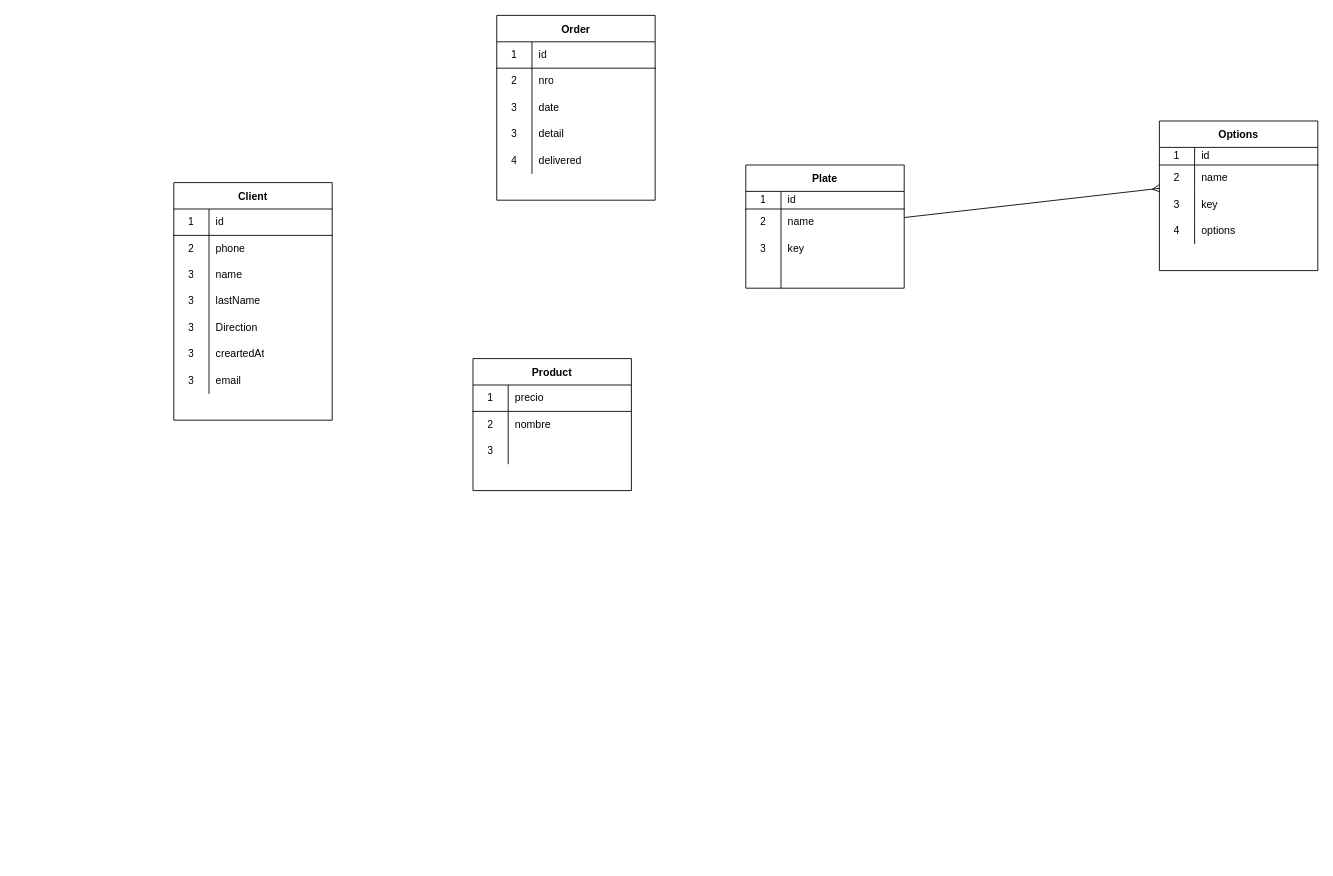
Above: resources/bd.drawio in leobar37/smart-food (draw.io), before the change. Source tidied: cells renumbered, new cells numbered last; positions are measured from the earlier drawing's top-left corner, leaving out a move shared by most shapes. Both pictures are drawn from the tidied source at 88%, with x=0, y=0 at pixel (173, 15).
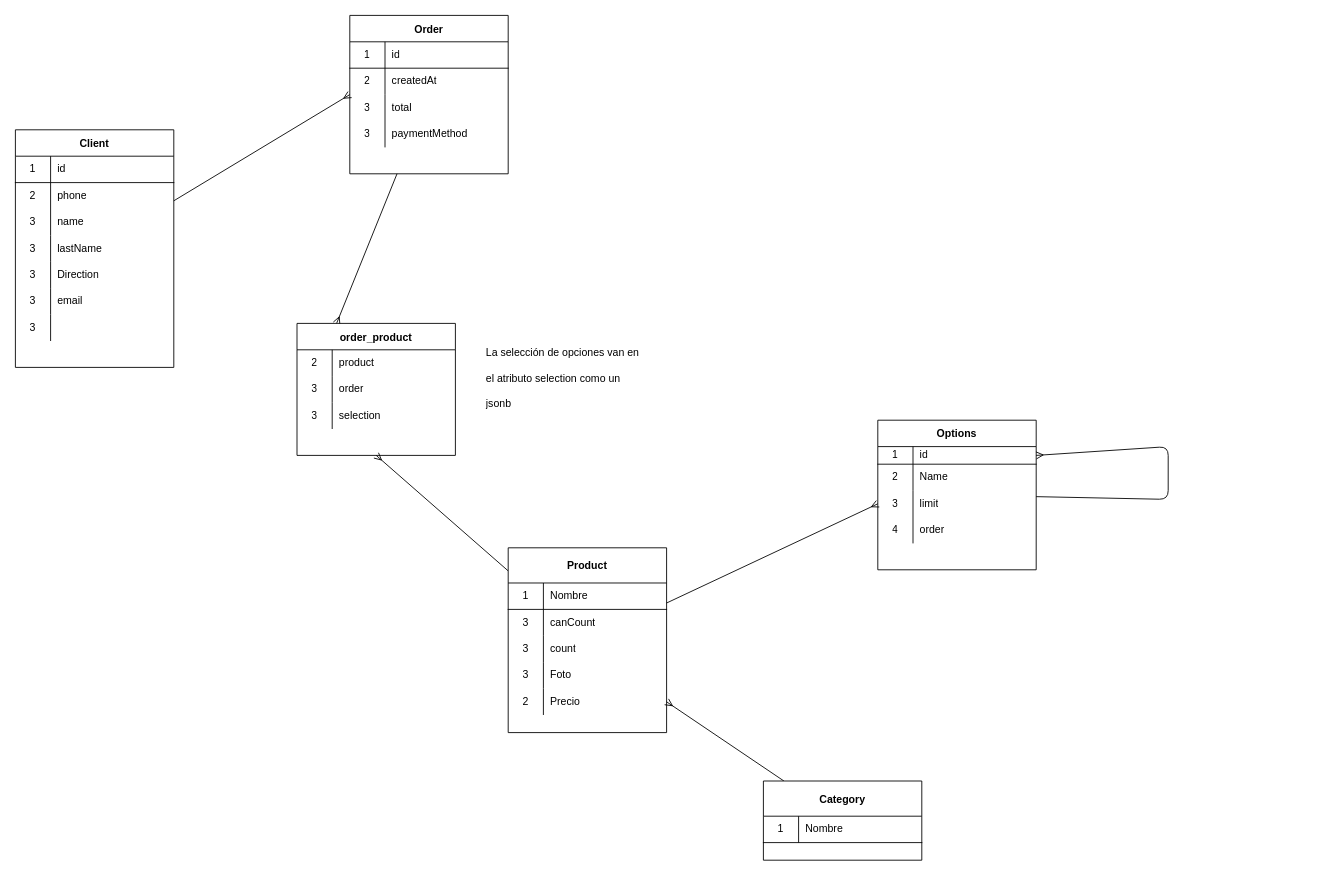
The same diagram, later.

The change refers to these unchanged cells:
```xml
<mxCell id="6" style="shape=partialRectangle;html=1;whiteSpace=wrap;fillColor=none;top=0;left=0;bottom=0;right=0;" parent="2" vertex="1">
  <mxGeometry y="60" width="180" height="30" as="geometry" />
</mxCell>
<mxCell id="19" style="shape=partialRectangle;html=1;whiteSpace=wrap;fillColor=none;top=0;left=0;bottom=1;right=0;points=[[0,0.5],[1,0.5]];portConstraint=eastwest;" parent="18" vertex="1">
  <mxGeometry y="30" width="180" height="20" as="geometry" />
</mxCell>
<mxCell id="22" style="shape=partialRectangle;html=1;whiteSpace=wrap;fillColor=none;top=0;left=0;bottom=0;right=0;" parent="18" vertex="1">
  <mxGeometry y="50" width="180" height="30" as="geometry" />
</mxCell>
<mxCell id="25" style="shape=partialRectangle;html=1;whiteSpace=wrap;fillColor=none;top=0;left=0;bottom=0;right=0;points=[[0,0.5],[1,0.5]];portConstraint=eastwest;" parent="18" vertex="1">
  <mxGeometry y="80" width="180" height="30" as="geometry" />
</mxCell>
<mxCell id="28" style="shape=partialRectangle;html=1;whiteSpace=wrap;fillColor=none;top=0;left=0;bottom=0;right=0;" parent="18" vertex="1">
  <mxGeometry y="110" width="180" height="30" as="geometry" />
</mxCell>
```

Change to the diagram source:
```diff
@@
+    <mxCell id="77" style="edgeStyle=none;html=1;entryX=0.25;entryY=0;entryDx=0;entryDy=0;endArrow=ERmany;endFill=0;" parent="1" edge="1" source="2" target="97">
+      <mxGeometry relative="1" as="geometry" />
+    </mxCell>
     <mxCell id="2" value="Order" style="shape=table;startSize=30;childLayout=tableLayout;rowLines=0;fontStyle=1;align=center;" parent="1" vertex="1">
-      <mxGeometry x="367" width="180" height="210" as="geometry" />
+      <mxGeometry x="200" width="180" height="180" as="geometry" />
     </mxCell>
@@
-    <mxCell id="8" value="nro" style="shape=partialRectangle;html=1;whiteSpace=wrap;fillColor=none;top=0;left=0;bottom=0;right=0;align=left;spacingLeft=6;overflow=hidden;" parent="6" vertex="1">
+    <mxCell id="8" value="createdAt" style="shape=partialRectangle;html=1;whiteSpace=wrap;fillColor=none;top=0;left=0;bottom=0;right=0;align=left;spacingLeft=6;overflow=hidden;" parent="6" vertex="1">
       <mxGeometry x="40" width="140" height="30" as="geometry" />
     </mxCell>
-    <mxCell id="9" style="shape=partialRectangle;html=1;whiteSpace=wrap;fillColor=none;top=0;left=0;bottom=0;right=0;" parent="2" vertex="1">
-      <mxGeometry y="90" width="180" height="30" as="geometry" />
-    </mxCell>
-    <mxCell id="10" value="3" style="shape=partialRectangle;html=1;whiteSpace=wrap;fillColor=none;top=0;left=0;bottom=0;right=0;overflow=hidden;" parent="9" vertex="1">
-      <mxGeometry width="40" height="30" as="geometry" />
-    </mxCell>
-    <mxCell id="11" value="date" style="shape=partialRectangle;html=1;whiteSpace=wrap;fillColor=none;top=0;left=0;bottom=0;right=0;align=left;spacingLeft=6;overflow=hidden;" parent="9" vertex="1">
-      <mxGeometry x="40" width="140" height="30" as="geometry" />
-    </mxCell>
     <mxCell id="12" style="shape=partialRectangle;html=1;whiteSpace=wrap;fillColor=none;top=0;left=0;bottom=0;right=0;points=[[0,0.5],[1,0.5]];portConstraint=eastwest;" parent="2" vertex="1">
-      <mxGeometry y="120" width="180" height="30" as="geometry" />
+      <mxGeometry y="90" width="180" height="30" as="geometry" />
     </mxCell>
@@
-    <mxCell id="14" value="detail" style="shape=partialRectangle;html=1;whiteSpace=wrap;fillColor=none;top=0;left=0;bottom=0;right=0;align=left;spacingLeft=6;overflow=hidden;" parent="12" vertex="1">
+    <mxCell id="14" value="total" style="shape=partialRectangle;html=1;whiteSpace=wrap;fillColor=none;top=0;left=0;bottom=0;right=0;align=left;spacingLeft=6;overflow=hidden;" parent="12" vertex="1">
       <mxGeometry x="40" width="140" height="30" as="geometry" />
     </mxCell>
-    <mxCell id="15" style="shape=partialRectangle;html=1;whiteSpace=wrap;fillColor=none;top=0;left=0;bottom=0;right=0;" parent="2" vertex="1">
-      <mxGeometry y="150" width="180" height="30" as="geometry" />
-    </mxCell>
-    <mxCell id="16" value="4" style="shape=partialRectangle;html=1;whiteSpace=wrap;fillColor=none;top=0;left=0;bottom=0;right=0;overflow=hidden;" parent="15" vertex="1">
-      <mxGeometry width="40" height="30" as="geometry" />
-    </mxCell>
-    <mxCell id="17" value="delivered" style="shape=partialRectangle;html=1;whiteSpace=wrap;fillColor=none;top=0;left=0;bottom=0;right=0;align=left;spacingLeft=6;overflow=hidden;" parent="15" vertex="1">
-      <mxGeometry x="40" width="140" height="30" as="geometry" />
-    </mxCell>
+    <mxCell id="78" style="shape=partialRectangle;html=1;whiteSpace=wrap;fillColor=none;top=0;left=0;bottom=0;right=0;" parent="2" vertex="1">
+      <mxGeometry y="120" width="180" height="30" as="geometry" />
+    </mxCell>
+    <mxCell id="79" value="3" style="shape=partialRectangle;html=1;whiteSpace=wrap;fillColor=none;top=0;left=0;bottom=0;right=0;overflow=hidden;" parent="78" vertex="1">
+      <mxGeometry width="40" height="30" as="geometry" />
+    </mxCell>
+    <mxCell id="80" value="paymentMethod" style="shape=partialRectangle;html=1;whiteSpace=wrap;fillColor=none;top=0;left=0;bottom=0;right=0;align=left;spacingLeft=6;overflow=hidden;" parent="78" vertex="1">
+      <mxGeometry x="40" width="140" height="30" as="geometry" />
+    </mxCell>
     <mxCell id="18" value="Options" style="shape=table;startSize=30;childLayout=tableLayout;rowLines=0;fontStyle=1;align=center;" parent="1" vertex="1">
-      <mxGeometry x="1120" y="120" width="180" height="170" as="geometry" />
+      <mxGeometry x="800" y="460" width="180" height="170" as="geometry" />
     </mxCell>
@@
-    <mxCell id="24" value="name" style="shape=partialRectangle;html=1;whiteSpace=wrap;fillColor=none;top=0;left=0;bottom=0;right=0;align=left;spacingLeft=6;overflow=hidden;" parent="22" vertex="1">
+    <mxCell id="24" value="Name" style="shape=partialRectangle;html=1;whiteSpace=wrap;fillColor=none;top=0;left=0;bottom=0;right=0;align=left;spacingLeft=6;overflow=hidden;" parent="22" vertex="1">
       <mxGeometry x="40" width="140" height="30" as="geometry" />
     </mxCell>
@@
-    <mxCell id="27" value="key" style="shape=partialRectangle;html=1;whiteSpace=wrap;fillColor=none;top=0;left=0;bottom=0;right=0;align=left;spacingLeft=6;overflow=hidden;" parent="25" vertex="1">
+    <mxCell id="27" value="limit" style="shape=partialRectangle;html=1;whiteSpace=wrap;fillColor=none;top=0;left=0;bottom=0;right=0;align=left;spacingLeft=6;overflow=hidden;" parent="25" vertex="1">
       <mxGeometry x="40" width="140" height="30" as="geometry" />
     </mxCell>
@@
-    <mxCell id="30" value="options" style="shape=partialRectangle;html=1;whiteSpace=wrap;fillColor=none;top=0;left=0;bottom=0;right=0;align=left;spacingLeft=6;overflow=hidden;" parent="28" vertex="1">
+    <mxCell id="30" value="order" style="shape=partialRectangle;html=1;whiteSpace=wrap;fillColor=none;top=0;left=0;bottom=0;right=0;align=left;spacingLeft=6;overflow=hidden;" parent="28" vertex="1">
       <mxGeometry x="40" width="140" height="30" as="geometry" />
     </mxCell>
-    <mxCell id="31" style="edgeStyle=none;html=1;endArrow=ERmany;endFill=0;entryX=0;entryY=-0.115;entryDx=0;entryDy=0;entryPerimeter=0;" parent="1" edge="1" source="32" target="25">
-      <mxGeometry relative="1" as="geometry" />
-    </mxCell>
-    <mxCell id="32" value="Plate" style="shape=table;startSize=30;childLayout=tableLayout;rowLines=0;fontStyle=1;align=center;" parent="1" vertex="1">
-      <mxGeometry x="650" y="170" width="180" height="140" as="geometry" />
-    </mxCell>
-    <mxCell id="33" style="shape=partialRectangle;html=1;whiteSpace=wrap;fillColor=none;top=0;left=0;bottom=1;right=0;" parent="32" vertex="1">
-      <mxGeometry y="30" width="180" height="20" as="geometry" />
-    </mxCell>
-    <mxCell id="34" value="1" style="shape=partialRectangle;html=1;whiteSpace=wrap;fillColor=none;top=0;left=0;bottom=0;right=0;overflow=hidden;" parent="33" vertex="1">
-      <mxGeometry width="40" height="20" as="geometry" />
-    </mxCell>
-    <mxCell id="35" value="id" style="shape=partialRectangle;html=1;whiteSpace=wrap;fillColor=none;top=0;left=0;bottom=0;right=0;align=left;spacingLeft=6;overflow=hidden;" parent="33" vertex="1">
-      <mxGeometry x="40" width="140" height="20" as="geometry" />
-    </mxCell>
-    <mxCell id="36" style="shape=partialRectangle;html=1;whiteSpace=wrap;fillColor=none;top=0;left=0;bottom=0;right=0;" parent="32" vertex="1">
-      <mxGeometry y="50" width="180" height="30" as="geometry" />
-    </mxCell>
-    <mxCell id="37" value="2" style="shape=partialRectangle;html=1;whiteSpace=wrap;fillColor=none;top=0;left=0;bottom=0;right=0;overflow=hidden;" parent="36" vertex="1">
-      <mxGeometry width="40" height="30" as="geometry" />
-    </mxCell>
-    <mxCell id="38" value="name" style="shape=partialRectangle;html=1;whiteSpace=wrap;fillColor=none;top=0;left=0;bottom=0;right=0;align=left;spacingLeft=6;overflow=hidden;" parent="36" vertex="1">
-      <mxGeometry x="40" width="140" height="30" as="geometry" />
-    </mxCell>
-    <mxCell id="39" style="shape=partialRectangle;html=1;whiteSpace=wrap;fillColor=none;top=0;left=0;bottom=0;right=0;" parent="32" vertex="1">
-      <mxGeometry y="80" width="180" height="30" as="geometry" />
-    </mxCell>
-    <mxCell id="40" value="3" style="shape=partialRectangle;html=1;whiteSpace=wrap;fillColor=none;top=0;left=0;bottom=0;right=0;overflow=hidden;" parent="39" vertex="1">
-      <mxGeometry width="40" height="30" as="geometry" />
-    </mxCell>
-    <mxCell id="41" value="key" style="shape=partialRectangle;html=1;whiteSpace=wrap;fillColor=none;top=0;left=0;bottom=0;right=0;align=left;spacingLeft=6;overflow=hidden;" parent="39" vertex="1">
-      <mxGeometry x="40" width="140" height="30" as="geometry" />
-    </mxCell>
-    <mxCell id="42" style="shape=partialRectangle;html=1;whiteSpace=wrap;fillColor=none;top=0;left=0;bottom=0;right=0;" parent="32" vertex="1">
-      <mxGeometry y="110" width="180" height="30" as="geometry" />
-    </mxCell>
-    <mxCell id="43" style="shape=partialRectangle;html=1;whiteSpace=wrap;fillColor=none;top=0;left=0;bottom=0;right=0;overflow=hidden;" parent="42" vertex="1">
-      <mxGeometry width="40" height="30" as="geometry" />
-    </mxCell>
-    <mxCell id="44" style="shape=partialRectangle;html=1;whiteSpace=wrap;fillColor=none;top=0;left=0;bottom=0;right=0;align=left;spacingLeft=6;overflow=hidden;" parent="42" vertex="1">
-      <mxGeometry x="40" width="140" height="30" as="geometry" />
-    </mxCell>
+    <mxCell id="81" style="edgeStyle=none;html=1;endArrow=ERmany;endFill=0;entryX=1;entryY=0.5;entryDx=0;entryDy=0;" parent="18" edge="1" source="18" target="19">
+      <mxGeometry relative="1" as="geometry">
+        <Array as="points">
+          <mxPoint x="330" y="90" />
+          <mxPoint x="330" y="30" />
+        </Array>
+      </mxGeometry>
+    </mxCell>
+    <mxCell id="82" style="edgeStyle=none;html=1;entryX=0;entryY=0;entryDx=0;entryDy=0;entryPerimeter=0;endArrow=ERmany;endFill=0;" parent="1" edge="1" source="45" target="12">
+      <mxGeometry relative="1" as="geometry" />
+    </mxCell>
     <mxCell id="45" value="Client" style="shape=table;startSize=30;childLayout=tableLayout;rowLines=0;fontStyle=1;align=center;" parent="1" vertex="1">
-      <mxGeometry y="190" width="180" height="270" as="geometry" />
+      <mxGeometry x="-180" y="130" width="180" height="270" as="geometry" />
     </mxCell>
@@
-    <mxCell id="61" style="shape=partialRectangle;html=1;whiteSpace=wrap;fillColor=none;top=0;left=0;bottom=0;right=0;" parent="45" vertex="1">
-      <mxGeometry y="180" width="180" height="30" as="geometry" />
-    </mxCell>
-    <mxCell id="62" value="3" style="shape=partialRectangle;html=1;whiteSpace=wrap;fillColor=none;top=0;left=0;bottom=0;right=0;overflow=hidden;" parent="61" vertex="1">
-      <mxGeometry width="40" height="30" as="geometry" />
-    </mxCell>
-    <mxCell id="63" value="creartedAt" style="shape=partialRectangle;html=1;whiteSpace=wrap;fillColor=none;top=0;left=0;bottom=0;right=0;align=left;spacingLeft=6;overflow=hidden;" parent="61" vertex="1">
-      <mxGeometry x="40" width="140" height="30" as="geometry" />
-    </mxCell>
     <mxCell id="64" style="shape=partialRectangle;html=1;whiteSpace=wrap;fillColor=none;top=0;left=0;bottom=0;right=0;" parent="45" vertex="1">
-      <mxGeometry y="210" width="180" height="30" as="geometry" />
+      <mxGeometry y="180" width="180" height="30" as="geometry" />
     </mxCell>
@@
+    <mxCell id="83" style="shape=partialRectangle;html=1;whiteSpace=wrap;fillColor=none;top=0;left=0;bottom=0;right=0;" parent="45" vertex="1">
+      <mxGeometry y="210" width="180" height="30" as="geometry" />
+    </mxCell>
+    <mxCell id="84" value="3" style="shape=partialRectangle;html=1;whiteSpace=wrap;fillColor=none;top=0;left=0;bottom=0;right=0;overflow=hidden;" parent="83" vertex="1">
+      <mxGeometry width="40" height="30" as="geometry" />
+    </mxCell>
+    <mxCell id="44" style="shape=partialRectangle;html=1;whiteSpace=wrap;fillColor=none;top=0;left=0;bottom=0;right=0;align=left;spacingLeft=6;overflow=hidden;" parent="83" vertex="1">
+      <mxGeometry x="40" width="140" height="30" as="geometry" />
+    </mxCell>
+    <mxCell id="85" style="edgeStyle=none;html=1;entryX=0;entryY=0.5;entryDx=0;entryDy=0;endArrow=ERmany;endFill=0;" parent="1" edge="1" source="67" target="25">
+      <mxGeometry relative="1" as="geometry" />
+    </mxCell>
+    <mxCell id="86" style="edgeStyle=none;html=1;endArrow=ERmany;endFill=0;entryX=0.5;entryY=1;entryDx=0;entryDy=0;" parent="1" edge="1" source="67" target="97">
+      <mxGeometry relative="1" as="geometry" />
+    </mxCell>
-    <mxCell id="67" value="Product" style="shape=table;startSize=30;childLayout=tableLayout;rowLines=0;fontStyle=1;align=center;" parent="1" vertex="1">
-      <mxGeometry x="340" y="390" width="180" height="150" as="geometry" />
+    <mxCell id="67" value="Product" style="shape=table;startSize=40;childLayout=tableLayout;rowLines=0;fontStyle=1;align=center;" parent="1" vertex="1">
+      <mxGeometry x="380" y="605" width="180" height="210" as="geometry" />
     </mxCell>
     <mxCell id="68" style="shape=partialRectangle;html=1;whiteSpace=wrap;fillColor=none;top=0;left=0;bottom=1;right=0;" parent="67" vertex="1">
-      <mxGeometry y="30" width="180" height="30" as="geometry" />
+      <mxGeometry y="40" width="180" height="30" as="geometry" />
     </mxCell>
@@
-    <mxCell id="70" value="precio" style="shape=partialRectangle;html=1;whiteSpace=wrap;fillColor=none;top=0;left=0;bottom=0;right=0;align=left;spacingLeft=6;overflow=hidden;" parent="68" vertex="1">
+    <mxCell id="70" value="Nombre" style="shape=partialRectangle;html=1;whiteSpace=wrap;fillColor=none;top=0;left=0;bottom=0;right=0;align=left;spacingLeft=6;overflow=hidden;" parent="68" vertex="1">
       <mxGeometry x="40" width="140" height="30" as="geometry" />
     </mxCell>
+    <mxCell id="87" style="shape=partialRectangle;html=1;whiteSpace=wrap;fillColor=none;top=0;left=0;bottom=0;right=0;" parent="67" vertex="1">
+      <mxGeometry y="70" width="180" height="30" as="geometry" />
+    </mxCell>
+    <mxCell id="88" value="3" style="shape=partialRectangle;html=1;whiteSpace=wrap;fillColor=none;top=0;left=0;bottom=0;right=0;overflow=hidden;" parent="87" vertex="1">
+      <mxGeometry width="40" height="30" as="geometry" />
+    </mxCell>
+    <mxCell id="89" value="canCount" style="shape=partialRectangle;html=1;whiteSpace=wrap;fillColor=none;top=0;left=0;bottom=0;right=0;align=left;spacingLeft=6;overflow=hidden;" parent="87" vertex="1">
+      <mxGeometry x="40" width="140" height="30" as="geometry" />
+    </mxCell>
+    <mxCell id="90" style="shape=partialRectangle;html=1;whiteSpace=wrap;fillColor=none;top=0;left=0;bottom=0;right=0;" parent="67" vertex="1">
+      <mxGeometry y="100" width="180" height="30" as="geometry" />
+    </mxCell>
+    <mxCell id="91" value="3" style="shape=partialRectangle;html=1;whiteSpace=wrap;fillColor=none;top=0;left=0;bottom=0;right=0;overflow=hidden;" parent="90" vertex="1">
+      <mxGeometry width="40" height="30" as="geometry" />
+    </mxCell>
+    <mxCell id="92" value="count" style="shape=partialRectangle;html=1;whiteSpace=wrap;fillColor=none;top=0;left=0;bottom=0;right=0;align=left;spacingLeft=6;overflow=hidden;" parent="90" vertex="1">
+      <mxGeometry x="40" width="140" height="30" as="geometry" />
+    </mxCell>
+    <mxCell id="74" style="shape=partialRectangle;html=1;whiteSpace=wrap;fillColor=none;top=0;left=0;bottom=0;right=0;" parent="67" vertex="1">
+      <mxGeometry y="130" width="180" height="30" as="geometry" />
+    </mxCell>
+    <mxCell id="75" value="3" style="shape=partialRectangle;html=1;whiteSpace=wrap;fillColor=none;top=0;left=0;bottom=0;right=0;overflow=hidden;" parent="74" vertex="1">
+      <mxGeometry width="40" height="30" as="geometry" />
+    </mxCell>
+    <mxCell id="76" value="Foto" style="shape=partialRectangle;html=1;whiteSpace=wrap;fillColor=none;top=0;left=0;bottom=0;right=0;align=left;spacingLeft=6;overflow=hidden;" parent="74" vertex="1">
+      <mxGeometry x="40" width="140" height="30" as="geometry" />
+    </mxCell>
     <mxCell id="71" style="shape=partialRectangle;html=1;whiteSpace=wrap;fillColor=none;top=0;left=0;bottom=0;right=0;points=[[0,0.5],[1,0.5]];portConstraint=eastwest;" parent="67" vertex="1">
-      <mxGeometry y="60" width="180" height="30" as="geometry" />
+      <mxGeometry y="160" width="180" height="30" as="geometry" />
     </mxCell>
@@
-    <mxCell id="73" value="nombre" style="shape=partialRectangle;html=1;whiteSpace=wrap;fillColor=none;top=0;left=0;bottom=0;right=0;align=left;spacingLeft=6;overflow=hidden;" parent="71" vertex="1">
+    <mxCell id="73" value="Precio" style="shape=partialRectangle;html=1;whiteSpace=wrap;fillColor=none;top=0;left=0;bottom=0;right=0;align=left;spacingLeft=6;overflow=hidden;" parent="71" vertex="1">
       <mxGeometry x="40" width="140" height="30" as="geometry" />
     </mxCell>
-    <mxCell id="74" style="shape=partialRectangle;html=1;whiteSpace=wrap;fillColor=none;top=0;left=0;bottom=0;right=0;" parent="67" vertex="1">
-      <mxGeometry y="90" width="180" height="30" as="geometry" />
-    </mxCell>
-    <mxCell id="75" value="3" style="shape=partialRectangle;html=1;whiteSpace=wrap;fillColor=none;top=0;left=0;bottom=0;right=0;overflow=hidden;" parent="74" vertex="1">
-      <mxGeometry width="40" height="30" as="geometry" />
-    </mxCell>
-    <mxCell id="76" style="shape=partialRectangle;html=1;whiteSpace=wrap;fillColor=none;top=0;left=0;bottom=0;right=0;align=left;spacingLeft=6;overflow=hidden;" parent="74" vertex="1">
-      <mxGeometry x="40" width="140" height="30" as="geometry" />
-    </mxCell>
+    <mxCell id="93" style="edgeStyle=none;html=1;entryX=1;entryY=0.5;entryDx=0;entryDy=0;endArrow=ERmany;endFill=0;" parent="1" edge="1" source="94" target="71">
+      <mxGeometry relative="1" as="geometry" />
+    </mxCell>
+    <mxCell id="94" value="Category" style="shape=table;startSize=40;childLayout=tableLayout;rowLines=0;fontStyle=1;align=center;" parent="1" vertex="1">
+      <mxGeometry x="670" y="870" width="180" height="90" as="geometry" />
+    </mxCell>
+    <mxCell id="95" style="shape=partialRectangle;html=1;whiteSpace=wrap;fillColor=none;top=0;left=0;bottom=1;right=0;" parent="94" vertex="1">
+      <mxGeometry y="40" width="180" height="30" as="geometry" />
+    </mxCell>
+    <mxCell id="34" value="1" style="shape=partialRectangle;html=1;whiteSpace=wrap;fillColor=none;top=0;left=0;bottom=0;right=0;overflow=hidden;" parent="95" vertex="1">
+      <mxGeometry width="40" height="30" as="geometry" />
+    </mxCell>
+    <mxCell id="96" value="Nombre" style="shape=partialRectangle;html=1;whiteSpace=wrap;fillColor=none;top=0;left=0;bottom=0;right=0;align=left;spacingLeft=6;overflow=hidden;" parent="95" vertex="1">
+      <mxGeometry x="40" width="140" height="30" as="geometry" />
+    </mxCell>
+    <mxCell id="97" value="order_product" style="shape=table;startSize=30;childLayout=tableLayout;rowLines=0;fontStyle=1;align=center;" parent="1" vertex="1">
+      <mxGeometry x="140" y="350" width="180" height="150" as="geometry" />
+    </mxCell>
+    <mxCell id="98" style="shape=partialRectangle;html=1;whiteSpace=wrap;fillColor=none;top=0;left=0;bottom=0;right=0;" parent="97" vertex="1">
+      <mxGeometry y="30" width="180" height="30" as="geometry" />
+    </mxCell>
+    <mxCell id="37" value="2" style="shape=partialRectangle;html=1;whiteSpace=wrap;fillColor=none;top=0;left=0;bottom=0;right=0;overflow=hidden;" parent="98" vertex="1">
+      <mxGeometry width="40" height="30" as="geometry" />
+    </mxCell>
+    <mxCell id="99" value="product" style="shape=partialRectangle;html=1;whiteSpace=wrap;fillColor=none;top=0;left=0;bottom=0;right=0;align=left;spacingLeft=6;overflow=hidden;" parent="98" vertex="1">
+      <mxGeometry x="40" width="140" height="30" as="geometry" />
+    </mxCell>
+    <mxCell id="100" style="shape=partialRectangle;html=1;whiteSpace=wrap;fillColor=none;top=0;left=0;bottom=0;right=0;" parent="97" vertex="1">
+      <mxGeometry y="60" width="180" height="30" as="geometry" />
+    </mxCell>
+    <mxCell id="101" value="3" style="shape=partialRectangle;html=1;whiteSpace=wrap;fillColor=none;top=0;left=0;bottom=0;right=0;overflow=hidden;" parent="100" vertex="1">
+      <mxGeometry width="40" height="30" as="geometry" />
+    </mxCell>
+    <mxCell id="102" value="order" style="shape=partialRectangle;html=1;whiteSpace=wrap;fillColor=none;top=0;left=0;bottom=0;right=0;align=left;spacingLeft=6;overflow=hidden;" parent="100" vertex="1">
+      <mxGeometry x="40" width="140" height="30" as="geometry" />
+    </mxCell>
+    <mxCell id="9" style="shape=partialRectangle;html=1;whiteSpace=wrap;fillColor=none;top=0;left=0;bottom=0;right=0;" parent="97" vertex="1">
+      <mxGeometry y="90" width="180" height="30" as="geometry" />
+    </mxCell>
+    <mxCell id="103" value="3" style="shape=partialRectangle;html=1;whiteSpace=wrap;fillColor=none;top=0;left=0;bottom=0;right=0;overflow=hidden;" parent="9" vertex="1">
+      <mxGeometry width="40" height="30" as="geometry" />
+    </mxCell>
+    <mxCell id="104" value="selection" style="shape=partialRectangle;html=1;whiteSpace=wrap;fillColor=none;top=0;left=0;bottom=0;right=0;align=left;spacingLeft=6;overflow=hidden;" parent="9" vertex="1">
+      <mxGeometry x="40" width="140" height="30" as="geometry" />
+    </mxCell>
+    <mxCell id="105" value="&lt;h1&gt;&lt;span style=&quot;font-size: 12px ; font-weight: normal&quot;&gt;La selección de opciones van en el atributo selection como un jsonb&lt;/span&gt;&lt;br&gt;&lt;/h1&gt;" style="text;html=1;strokeColor=none;fillColor=none;spacing=5;spacingTop=-20;whiteSpace=wrap;overflow=hidden;rounded=0;" parent="1" vertex="1">
+      <mxGeometry x="350" y="360" width="190" height="120" as="geometry" />
+    </mxCell>
```
